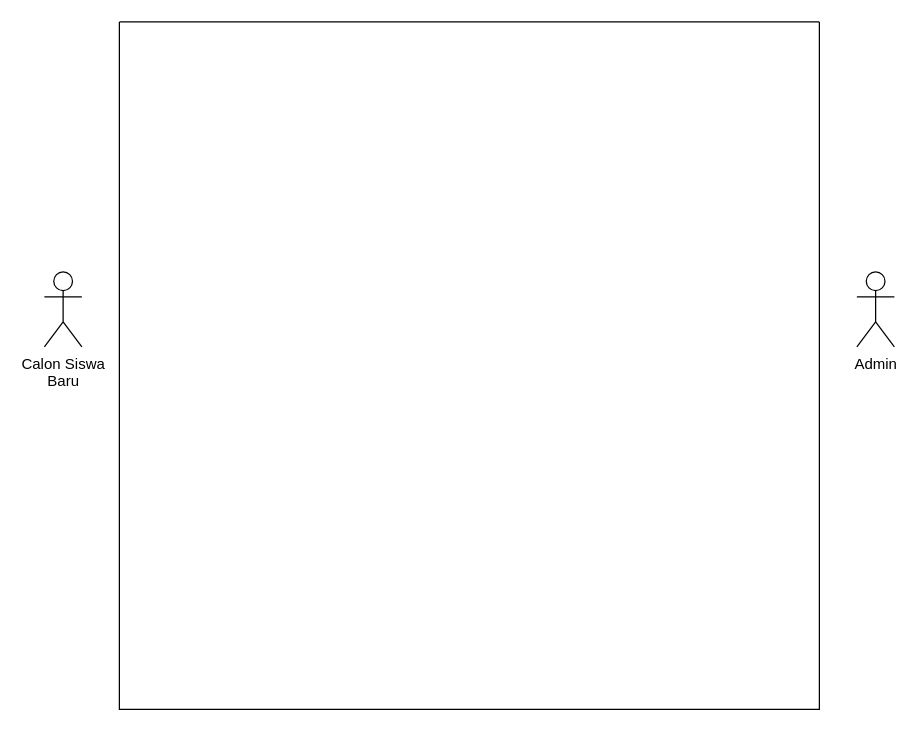
ryotwell/draw.io keeps this draw.io diagram as design/usecase-diagram-proposal.drawio. Above is the earlier version. Source tidied: cells renumbered, new cells numbered last; positions are measured from the earlier drawing's top-left corner, leaving out a move shared by most shapes. Both pictures are drawn from the tidied source at 125%, with x=0, y=0 at pixel (44, 21).
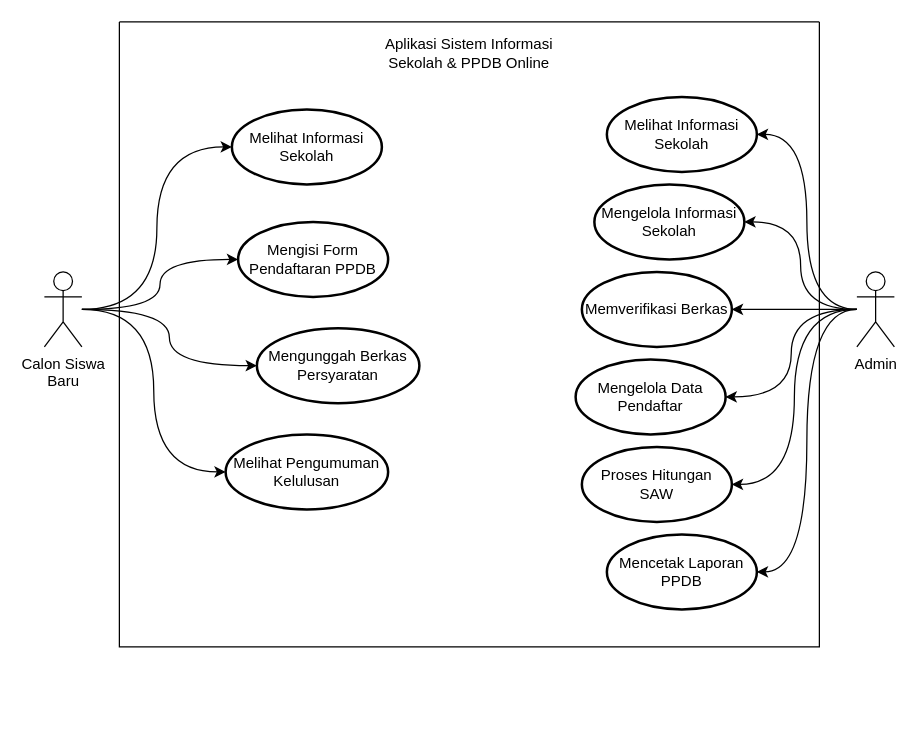
Above is the later version.

Unchanged cells that the change refers to:
```xml
<mxCell id="3" value="Admin" style="shape=umlActor;verticalLabelPosition=bottom;verticalAlign=top;html=1;" parent="1" vertex="1">
  <mxGeometry x="650" y="200" width="30" height="60" as="geometry" />
</mxCell>
<mxCell id="4" value="Calon Siswa&lt;div&gt;Baru&lt;/div&gt;" style="shape=umlActor;verticalLabelPosition=bottom;verticalAlign=top;html=1;" parent="1" vertex="1">
  <mxGeometry y="200" width="30" height="60" as="geometry" />
</mxCell>
```

Change to the diagram source:
```diff
@@
     <mxCell id="2" style="swimlane;startSize=0;" parent="1" vertex="1">
-      <mxGeometry x="60" width="560" height="550" as="geometry" />
+      <mxGeometry x="60" width="560" height="500" as="geometry" />
     </mxCell>
+    <mxCell id="5" value="Aplikasi Sistem Informasi&lt;div&gt;Sekolah &amp;amp; PPDB Online&lt;/div&gt;" style="text;html=1;whiteSpace=wrap;strokeColor=none;fillColor=none;align=center;verticalAlign=middle;rounded=0;" parent="2" vertex="1">
+      <mxGeometry x="195" y="10" width="170" height="30" as="geometry" />
+    </mxCell>
+    <mxCell id="6" value="Melihat Informasi&lt;div&gt;Sekolah&lt;/div&gt;" style="strokeWidth=2;html=1;shape=mxgraph.flowchart.start_1;whiteSpace=wrap;" parent="2" vertex="1">
+      <mxGeometry x="90" y="70" width="120" height="60" as="geometry" />
+    </mxCell>
+    <mxCell id="7" value="Mengisi Form Pendaftaran PPDB" style="strokeWidth=2;html=1;shape=mxgraph.flowchart.start_1;whiteSpace=wrap;" parent="2" vertex="1">
+      <mxGeometry x="95" y="160" width="120" height="60" as="geometry" />
+    </mxCell>
+    <mxCell id="8" value="Melihat Pengumuman&lt;div&gt;Kelulusan&lt;/div&gt;" style="strokeWidth=2;html=1;shape=mxgraph.flowchart.start_1;whiteSpace=wrap;" parent="2" vertex="1">
+      <mxGeometry x="85" y="330" width="130" height="60" as="geometry" />
+    </mxCell>
+    <mxCell id="9" value="Mengunggah Berkas Persyaratan" style="strokeWidth=2;html=1;shape=mxgraph.flowchart.start_1;whiteSpace=wrap;" parent="2" vertex="1">
+      <mxGeometry x="110" y="245" width="130" height="60" as="geometry" />
+    </mxCell>
+    <mxCell id="10" value="Melihat Informasi&lt;div&gt;Sekolah&lt;/div&gt;" style="strokeWidth=2;html=1;shape=mxgraph.flowchart.start_1;whiteSpace=wrap;" parent="2" vertex="1">
+      <mxGeometry x="390" y="60" width="120" height="60" as="geometry" />
+    </mxCell>
+    <mxCell id="11" value="Mengelola Informasi&lt;div&gt;Sekolah&lt;/div&gt;" style="strokeWidth=2;html=1;shape=mxgraph.flowchart.start_1;whiteSpace=wrap;" parent="2" vertex="1">
+      <mxGeometry x="380" y="130" width="120" height="60" as="geometry" />
+    </mxCell>
+    <mxCell id="12" value="Mengelola Data&lt;div&gt;Pendaftar&lt;/div&gt;" style="strokeWidth=2;html=1;shape=mxgraph.flowchart.start_1;whiteSpace=wrap;" parent="2" vertex="1">
+      <mxGeometry x="365" y="270" width="120" height="60" as="geometry" />
+    </mxCell>
+    <mxCell id="13" value="Mencetak Laporan PPDB" style="strokeWidth=2;html=1;shape=mxgraph.flowchart.start_1;whiteSpace=wrap;" parent="2" vertex="1">
+      <mxGeometry x="390" y="410" width="120" height="60" as="geometry" />
+    </mxCell>
+    <mxCell id="14" value="Proses Hitungan SAW" style="strokeWidth=2;html=1;shape=mxgraph.flowchart.start_1;whiteSpace=wrap;" parent="2" vertex="1">
+      <mxGeometry x="370" y="340" width="120" height="60" as="geometry" />
+    </mxCell>
+    <mxCell id="15" value="Memverifikasi Berkas" style="strokeWidth=2;html=1;shape=mxgraph.flowchart.start_1;whiteSpace=wrap;" parent="2" vertex="1">
+      <mxGeometry x="370" y="200" width="120" height="60" as="geometry" />
+    </mxCell>
+    <mxCell id="16" style="edgeStyle=orthogonalEdgeStyle;rounded=0;jettySize=auto;html=1;curved=1;" parent="1" edge="1" source="3" target="15">
+      <mxGeometry relative="1" as="geometry" />
+    </mxCell>
@@
+    <mxCell id="17" style="edgeStyle=orthogonalEdgeStyle;rounded=0;jettySize=auto;html=1;curved=1;" parent="1" edge="1" source="4" target="7">
+      <mxGeometry relative="1" as="geometry" />
+    </mxCell>
@@
+    <mxCell id="18" style="edgeStyle=orthogonalEdgeStyle;rounded=0;jettySize=auto;html=1;entryX=0;entryY=0.5;entryDx=0;entryDy=0;entryPerimeter=0;curved=1;" parent="1" edge="1" source="4" target="6">
+      <mxGeometry relative="1" as="geometry" />
+    </mxCell>
+    <mxCell id="19" style="edgeStyle=orthogonalEdgeStyle;rounded=0;jettySize=auto;html=1;entryX=0;entryY=0.5;entryDx=0;entryDy=0;entryPerimeter=0;curved=1;" parent="1" edge="1" source="4" target="8">
+      <mxGeometry relative="1" as="geometry" />
+    </mxCell>
+    <mxCell id="20" style="edgeStyle=orthogonalEdgeStyle;rounded=0;jettySize=auto;html=1;entryX=0;entryY=0.5;entryDx=0;entryDy=0;entryPerimeter=0;curved=1;" parent="1" edge="1" source="4" target="9">
+      <mxGeometry relative="1" as="geometry" />
+    </mxCell>
+    <mxCell id="21" style="edgeStyle=orthogonalEdgeStyle;rounded=0;jettySize=auto;html=1;entryX=1;entryY=0.5;entryDx=0;entryDy=0;entryPerimeter=0;curved=1;" parent="1" edge="1" source="3" target="10">
+      <mxGeometry relative="1" as="geometry" />
+    </mxCell>
+    <mxCell id="22" style="edgeStyle=orthogonalEdgeStyle;rounded=0;jettySize=auto;html=1;entryX=1;entryY=0.5;entryDx=0;entryDy=0;entryPerimeter=0;curved=1;" parent="1" edge="1" source="3" target="11">
+      <mxGeometry relative="1" as="geometry" />
+    </mxCell>
+    <mxCell id="23" style="edgeStyle=orthogonalEdgeStyle;rounded=0;jettySize=auto;html=1;entryX=1;entryY=0.5;entryDx=0;entryDy=0;entryPerimeter=0;curved=1;" parent="1" edge="1" source="3" target="12">
+      <mxGeometry relative="1" as="geometry" />
+    </mxCell>
+    <mxCell id="24" style="edgeStyle=orthogonalEdgeStyle;rounded=0;jettySize=auto;html=1;entryX=1;entryY=0.5;entryDx=0;entryDy=0;entryPerimeter=0;curved=1;" parent="1" edge="1" source="3" target="14">
+      <mxGeometry relative="1" as="geometry" />
+    </mxCell>
+    <mxCell id="25" style="edgeStyle=orthogonalEdgeStyle;rounded=0;jettySize=auto;html=1;entryX=1;entryY=0.5;entryDx=0;entryDy=0;entryPerimeter=0;curved=1;" parent="1" edge="1" source="3" target="13">
+      <mxGeometry relative="1" as="geometry" />
+    </mxCell>
```
